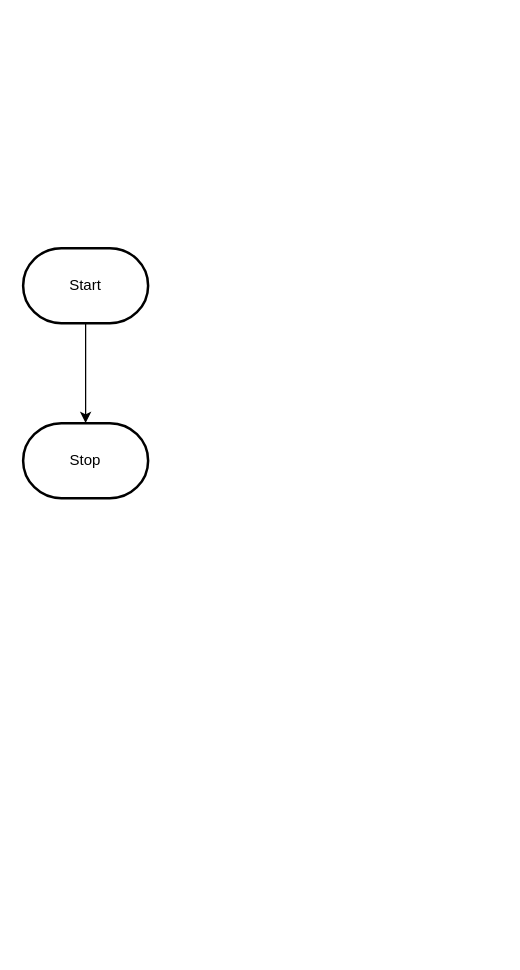
Before: design/flowchart.drawio in MTHS-ICS2O-2-2022/ICS2O-Unit-5-02-Armatys22, a draw.io diagram. Source tidied: cells renumbered, new cells numbered last; positions are measured from the earlier drawing's top-left corner, leaving out a move shared by most shapes. Both pictures are drawn from the tidied source at 125%, with x=0, y=0 at pixel (22, 248).
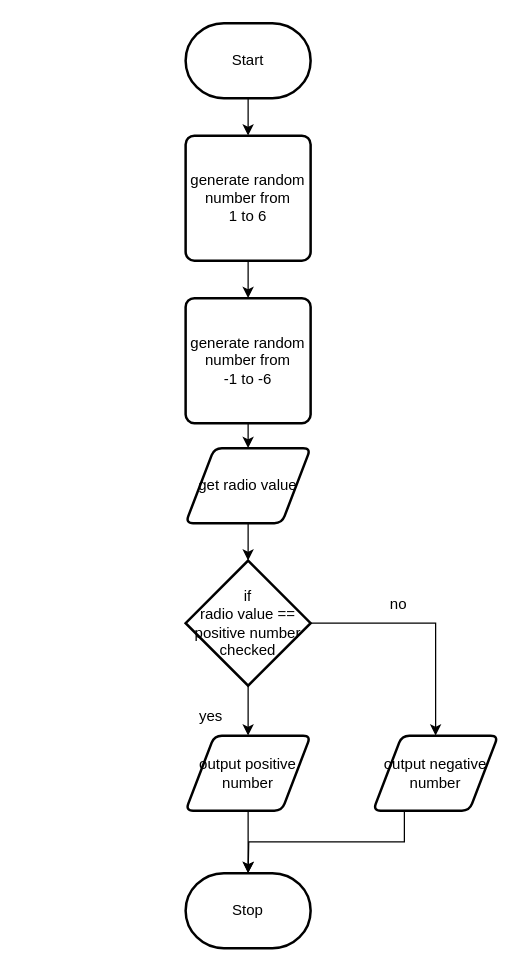
After the change.

Diff of the diagram source:
```diff
@@
-    <mxCell id="2" style="edgeStyle=orthogonalEdgeStyle;html=1;rounded=0;" parent="1" edge="1" source="3" target="4">
+    <mxCell id="2" style="edgeStyle=none;html=1;exitX=0.5;exitY=1;exitDx=0;exitDy=0;exitPerimeter=0;entryX=0.5;entryY=0;entryDx=0;entryDy=0;" parent="1" edge="1" source="3" target="6">
       <mxGeometry relative="1" as="geometry" />
     </mxCell>
     <mxCell id="3" value="Start" style="strokeWidth=2;html=1;shape=mxgraph.flowchart.terminator;whiteSpace=wrap;" parent="1" vertex="1">
-      <mxGeometry width="100" height="60" as="geometry" />
+      <mxGeometry x="130" y="-180" width="100" height="60" as="geometry" />
     </mxCell>
     <mxCell id="4" value="Stop" style="strokeWidth=2;html=1;shape=mxgraph.flowchart.terminator;whiteSpace=wrap;" parent="1" vertex="1">
-      <mxGeometry y="140" width="100" height="60" as="geometry" />
+      <mxGeometry x="130" y="500" width="100" height="60" as="geometry" />
     </mxCell>
+    <mxCell id="5" style="edgeStyle=none;html=1;exitX=0.5;exitY=1;exitDx=0;exitDy=0;entryX=0.5;entryY=0;entryDx=0;entryDy=0;" parent="1" edge="1" source="6" target="8">
+      <mxGeometry relative="1" as="geometry" />
+    </mxCell>
+    <mxCell id="6" value="generate random&lt;br&gt;number from &lt;br&gt;1 to 6" style="rounded=1;whiteSpace=wrap;html=1;absoluteArcSize=1;arcSize=14;strokeWidth=2;" parent="1" vertex="1">
+      <mxGeometry x="130" y="-90" width="100" height="100" as="geometry" />
+    </mxCell>
+    <mxCell id="7" style="edgeStyle=none;html=1;exitX=0.5;exitY=1;exitDx=0;exitDy=0;entryX=0.5;entryY=0;entryDx=0;entryDy=0;" parent="1" edge="1" source="8" target="10">
+      <mxGeometry relative="1" as="geometry" />
+    </mxCell>
+    <mxCell id="8" value="generate random&lt;br&gt;number from &lt;br&gt;-1 to -6" style="rounded=1;whiteSpace=wrap;html=1;absoluteArcSize=1;arcSize=14;strokeWidth=2;" parent="1" vertex="1">
+      <mxGeometry x="130" y="40" width="100" height="100" as="geometry" />
+    </mxCell>
+    <mxCell id="9" style="edgeStyle=none;html=1;exitX=0.5;exitY=1;exitDx=0;exitDy=0;entryX=0.5;entryY=0;entryDx=0;entryDy=0;entryPerimeter=0;" parent="1" edge="1" source="10" target="13">
+      <mxGeometry relative="1" as="geometry" />
+    </mxCell>
+    <mxCell id="10" value="get radio value" style="shape=parallelogram;html=1;strokeWidth=2;perimeter=parallelogramPerimeter;whiteSpace=wrap;rounded=1;arcSize=12;size=0.23;" parent="1" vertex="1">
+      <mxGeometry x="130" y="160" width="100" height="60" as="geometry" />
+    </mxCell>
+    <mxCell id="11" style="edgeStyle=none;html=1;exitX=0.5;exitY=1;exitDx=0;exitDy=0;exitPerimeter=0;entryX=0.5;entryY=0;entryDx=0;entryDy=0;" parent="1" edge="1" source="13" target="15">
+      <mxGeometry relative="1" as="geometry" />
+    </mxCell>
+    <mxCell id="12" style="edgeStyle=orthogonalEdgeStyle;html=1;exitX=1;exitY=0.5;exitDx=0;exitDy=0;exitPerimeter=0;entryX=0.5;entryY=0;entryDx=0;entryDy=0;rounded=0;" parent="1" edge="1" source="13" target="17">
+      <mxGeometry relative="1" as="geometry">
+        <Array as="points">
+          <mxPoint x="330" y="300" />
+        </Array>
+      </mxGeometry>
+    </mxCell>
+    <mxCell id="13" value="if&lt;br&gt;radio value ==&lt;br&gt;positive number&lt;br&gt;checked" style="strokeWidth=2;html=1;shape=mxgraph.flowchart.decision;whiteSpace=wrap;" parent="1" vertex="1">
+      <mxGeometry x="130" y="250" width="100" height="100" as="geometry" />
+    </mxCell>
+    <mxCell id="14" style="edgeStyle=orthogonalEdgeStyle;rounded=0;html=1;exitX=0.5;exitY=1;exitDx=0;exitDy=0;entryX=0.5;entryY=0;entryDx=0;entryDy=0;entryPerimeter=0;" parent="1" edge="1" source="15" target="4">
+      <mxGeometry relative="1" as="geometry" />
+    </mxCell>
+    <mxCell id="15" value="output positive number" style="shape=parallelogram;html=1;strokeWidth=2;perimeter=parallelogramPerimeter;whiteSpace=wrap;rounded=1;arcSize=12;size=0.23;" parent="1" vertex="1">
+      <mxGeometry x="130" y="390" width="100" height="60" as="geometry" />
+    </mxCell>
+    <mxCell id="16" style="edgeStyle=orthogonalEdgeStyle;rounded=0;html=1;exitX=0.25;exitY=1;exitDx=0;exitDy=0;" parent="1" edge="1" source="17">
+      <mxGeometry relative="1" as="geometry">
+        <mxPoint x="180" y="500" as="targetPoint" />
+      </mxGeometry>
+    </mxCell>
+    <mxCell id="17" value="output negative number" style="shape=parallelogram;html=1;strokeWidth=2;perimeter=parallelogramPerimeter;whiteSpace=wrap;rounded=1;arcSize=12;size=0.23;" parent="1" vertex="1">
+      <mxGeometry x="280" y="390" width="100" height="60" as="geometry" />
+    </mxCell>
+    <mxCell id="18" value="yes" style="text;html=1;align=center;verticalAlign=middle;strokeColor=none;fillColor=none;" parent="1" vertex="1">
+      <mxGeometry x="130" y="360" width="40" height="30" as="geometry" />
+    </mxCell>
+    <mxCell id="19" value="no" style="text;html=1;align=center;verticalAlign=middle;strokeColor=none;fillColor=none;" parent="1" vertex="1">
+      <mxGeometry x="280" y="270" width="40" height="30" as="geometry" />
+    </mxCell>
```
